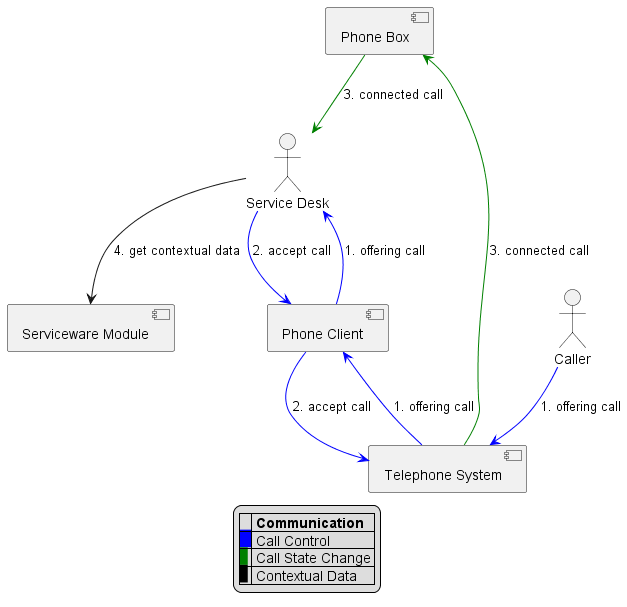
Above: docs/Incoming Call Overview.png in Serviceware/PhoneBox (PlantUML), before the change. The source it was exported from:
```plantuml
@startuml Incoming Call Overview

[Phone Box] As Pb
[Serviceware Module] AS module
[Telephone System] AS TK

actor "Caller" AS Caller
actor "Service Desk" AS SD
[Phone Client] AS PC


Caller -[#blue]-> TK :1. offering call
TK -[#blue]-> PC     :1. offering call
PC -[#blue]-> SD     :1. offering call
SD -[#blue]-> PC     :2. accept call
PC -[#blue]-> TK     :2. accept call
TK -[#green]-> Pb    :3. connected call
Pb -[#green]-> SD    :3. connected call
SD --> module        :4. get contextual data


legend
|= |= Communication |
|<back:blue>   </back>| Call Control |
|<back:green>  </back>| Call State Change |
|<back:black>  </back>| Contextual Data |
endlegend


@enduml
```
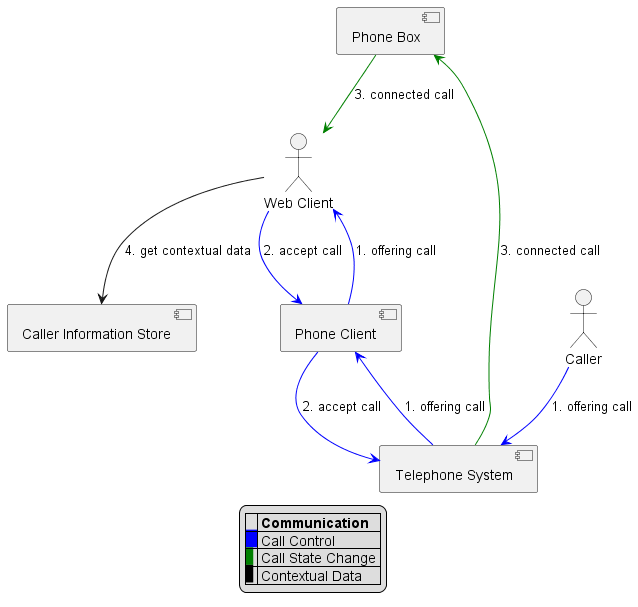
The same diagram one commit later.

Diff of the diagram source:
```diff
@@ -1,11 +1,11 @@
 @startuml Incoming Call Overview
 
 [Phone Box] As Pb
-[Serviceware Module] AS module
+[Caller Information Store] AS module
 [Telephone System] AS TK
 
 actor "Caller" AS Caller
-actor "Service Desk" AS SD
+actor "Web Client" AS SD
 [Phone Client] AS PC
 
 
```
